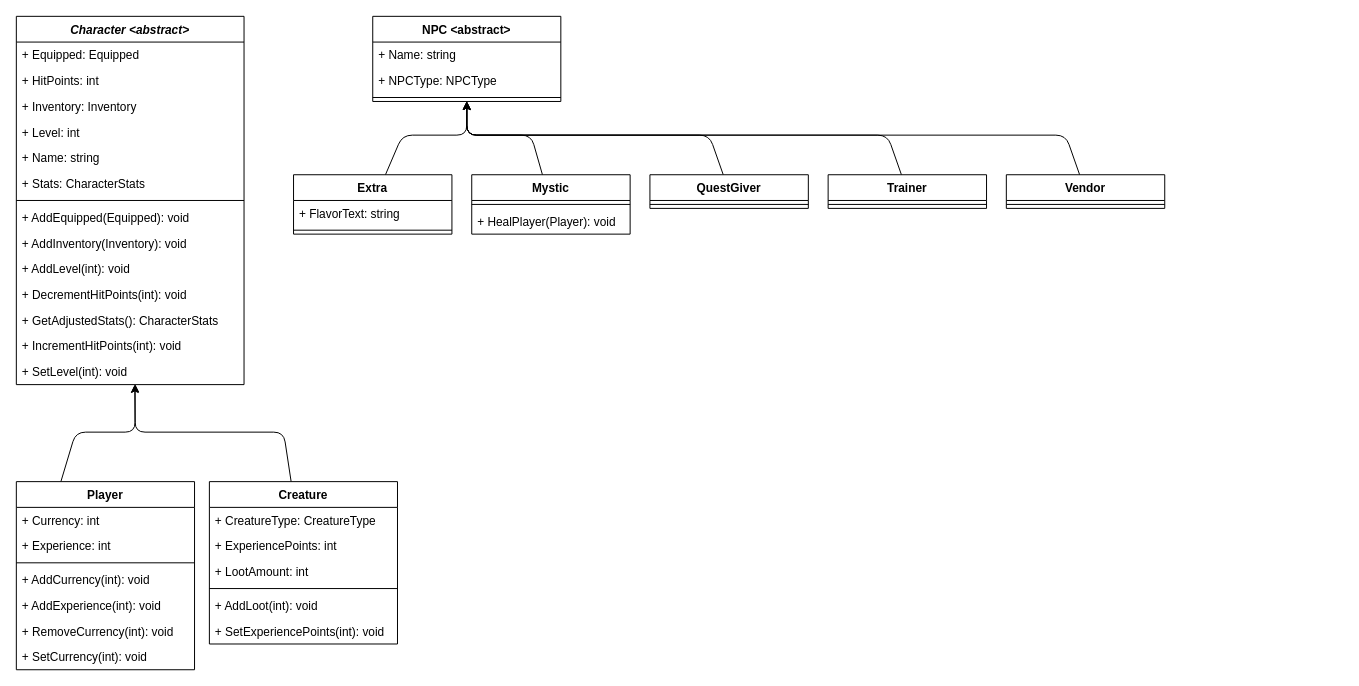
Before: docs/design/domain_models/characters.drawio in scottfalbo/GameEngine, a draw.io diagram. Source tidied: cells renumbered, new cells numbered last; positions are measured from the earlier drawing's top-left corner, leaving out a move shared by most shapes. Both pictures are drawn from the tidied source at 99%, with x=0, y=0 at pixel (16, 16).
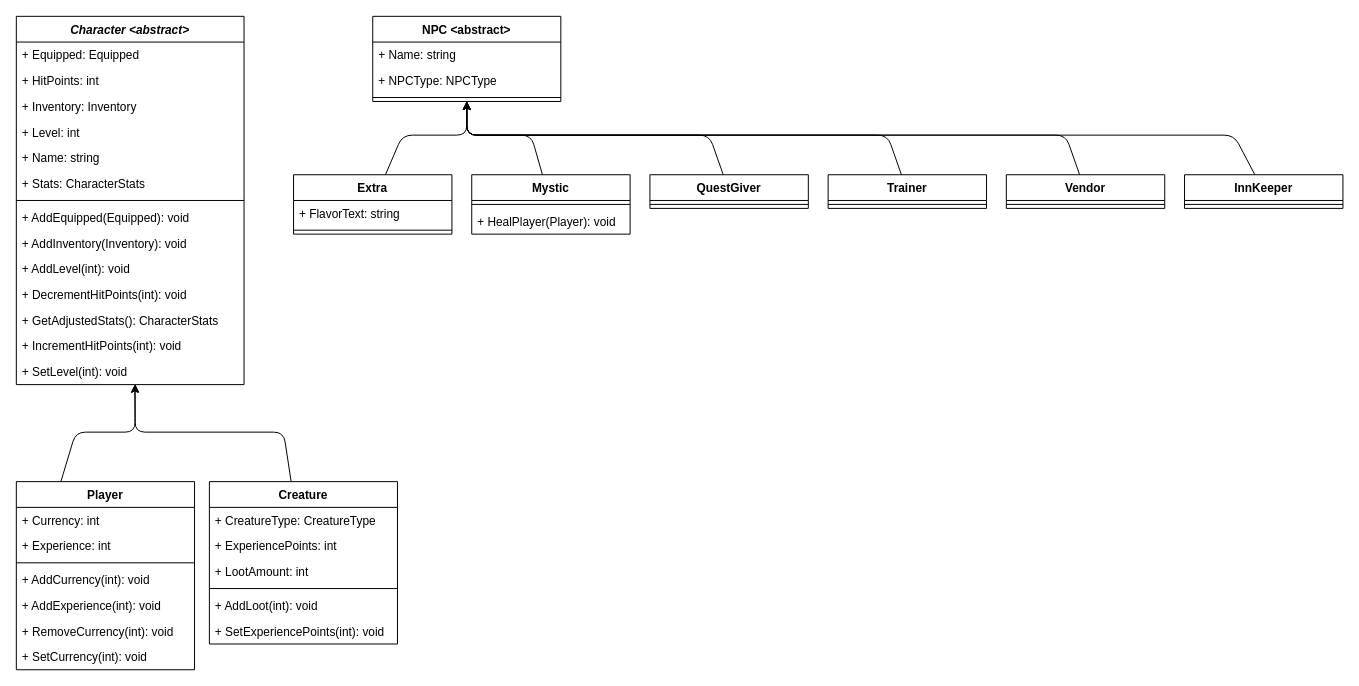
After the change.

The change refers to these unchanged cells:
```xml
<mxCell id="34" value="NPC &lt;abstract&gt;" style="swimlane;fontStyle=1;align=center;verticalAlign=top;horizontal=1;startSize=26;" parent="1" vertex="1">
  <mxGeometry x="360" width="190" height="86" as="geometry" />
</mxCell>
```

Change to the diagram source:
```diff
@@
+    <mxCell id="55" style="edgeStyle=none;html=1;entryX=0.5;entryY=1;entryDx=0;entryDy=0;" parent="1" edge="1" source="56" target="34">
+      <mxGeometry relative="1" as="geometry">
+        <Array as="points">
+          <mxPoint x="1230" y="120" />
+          <mxPoint x="455" y="120" />
+        </Array>
+      </mxGeometry>
+    </mxCell>
+    <mxCell id="56" value="InnKeeper" style="swimlane;fontStyle=1;align=center;verticalAlign=top;horizontal=1;startSize=26;" parent="1" vertex="1">
+      <mxGeometry x="1180" y="160" width="160" height="34" as="geometry" />
+    </mxCell>
+    <mxCell id="57" style="line;strokeWidth=1;fillColor=none;align=left;verticalAlign=middle;spacingTop=-1;spacingLeft=3;spacingRight=3;labelPosition=right;strokeColor=inherit;" parent="56" vertex="1">
+      <mxGeometry y="26" width="160" height="8" as="geometry" />
+    </mxCell>
```
